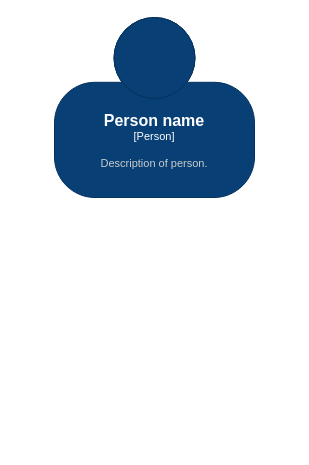
The draw.io diagram Diagrama sin título.drawio in Aaron2913/Introduccion, before the edit. Source tidied: cells renumbered, new cells numbered last; positions are measured from the earlier drawing's top-left corner, leaving out a move shared by most shapes. Both pictures are drawn from the tidied source at 100%, with x=0, y=0 at pixel (54, 17).
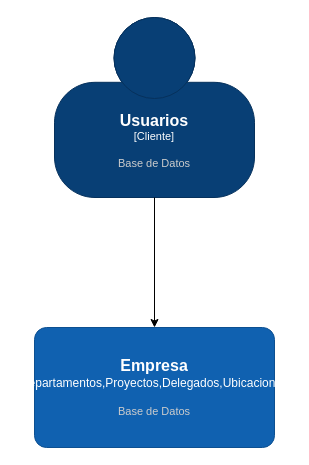
The same diagram, later.

The edit, as a diff of the source:
```diff
@@
 <mxGraphModel>
   <root>
     <mxCell id="0" />
     <mxCell id="1" parent="0" />
-    <object id="2" label="&lt;font style=&quot;font-size: 16px&quot;&gt;&lt;b&gt;%c4Name%&lt;/b&gt;&lt;/font&gt;&lt;div&gt;[%c4Type%]&lt;/div&gt;&lt;br&gt;&lt;div&gt;&lt;font style=&quot;font-size: 11px&quot;&gt;&lt;font color=&quot;#cccccc&quot;&gt;%c4Description%&lt;/font&gt;&lt;/div&gt;" c4Description="Description of person." c4Name="Person name" c4Type="Person" placeholders="1">
+    <object id="2" label="&lt;font style=&quot;font-size: 16px&quot;&gt;&lt;b&gt;%c4Name%&lt;/b&gt;&lt;/font&gt;&lt;div&gt;[%c4Type%]&lt;/div&gt;&lt;br&gt;&lt;div&gt;&lt;font style=&quot;font-size: 11px&quot;&gt;&lt;font color=&quot;#cccccc&quot;&gt;%c4Description%&lt;/font&gt;&lt;/div&gt;" c4Description="Base de Datos" c4Name="Usuarios" c4Type="Cliente" placeholders="1">
       <mxCell style="html=1;fontSize=11;dashed=0;whiteSpace=wrap;fillColor=#083F75;strokeColor=#06315C;fontColor=#ffffff;shape=mxgraph.c4.person2;align=center;" parent="1" vertex="1">
         <mxGeometry width="200" height="180" as="geometry" />
       </mxCell>
     </object>
+    <object id="3" label="&lt;font style=&quot;font-size: 16px&quot;&gt;&lt;b&gt;%c4Name%&lt;/b&gt;&lt;/font&gt;&lt;div&gt;[%c4Type%]&lt;/div&gt;&lt;br&gt;&lt;div&gt;&lt;font style=&quot;font-size: 11px&quot;&gt;&lt;font color=&quot;#cccccc&quot;&gt;%c4Description%&lt;/font&gt;&lt;/div&gt;" c4Description="Base de Datos" c4Name="Empresa" c4Type="Departamentos,Proyectos,Delegados,Ubicaciones" placeholders="1">
+      <mxCell style="rounded=1;whiteSpace=wrap;html=1;labelBackgroundColor=none;fillColor=#1061B0;fontColor=#ffffff;align=center;arcSize=10;strokeColor=#0D5091;" parent="1" vertex="1">
+        <mxGeometry x="-20" y="310" width="240" height="120" as="geometry" />
+      </mxCell>
+    </object>
+    <mxCell id="4" style="endArrow=classic;html=1;rounded=0;" parent="1" edge="1">
+      <mxGeometry relative="1" as="geometry">
+        <mxPoint x="100" y="180" as="sourcePoint" />
+        <mxPoint x="100" y="310" as="targetPoint" />
+      </mxGeometry>
+    </mxCell>
   </root>
 </mxGraphModel>
```
